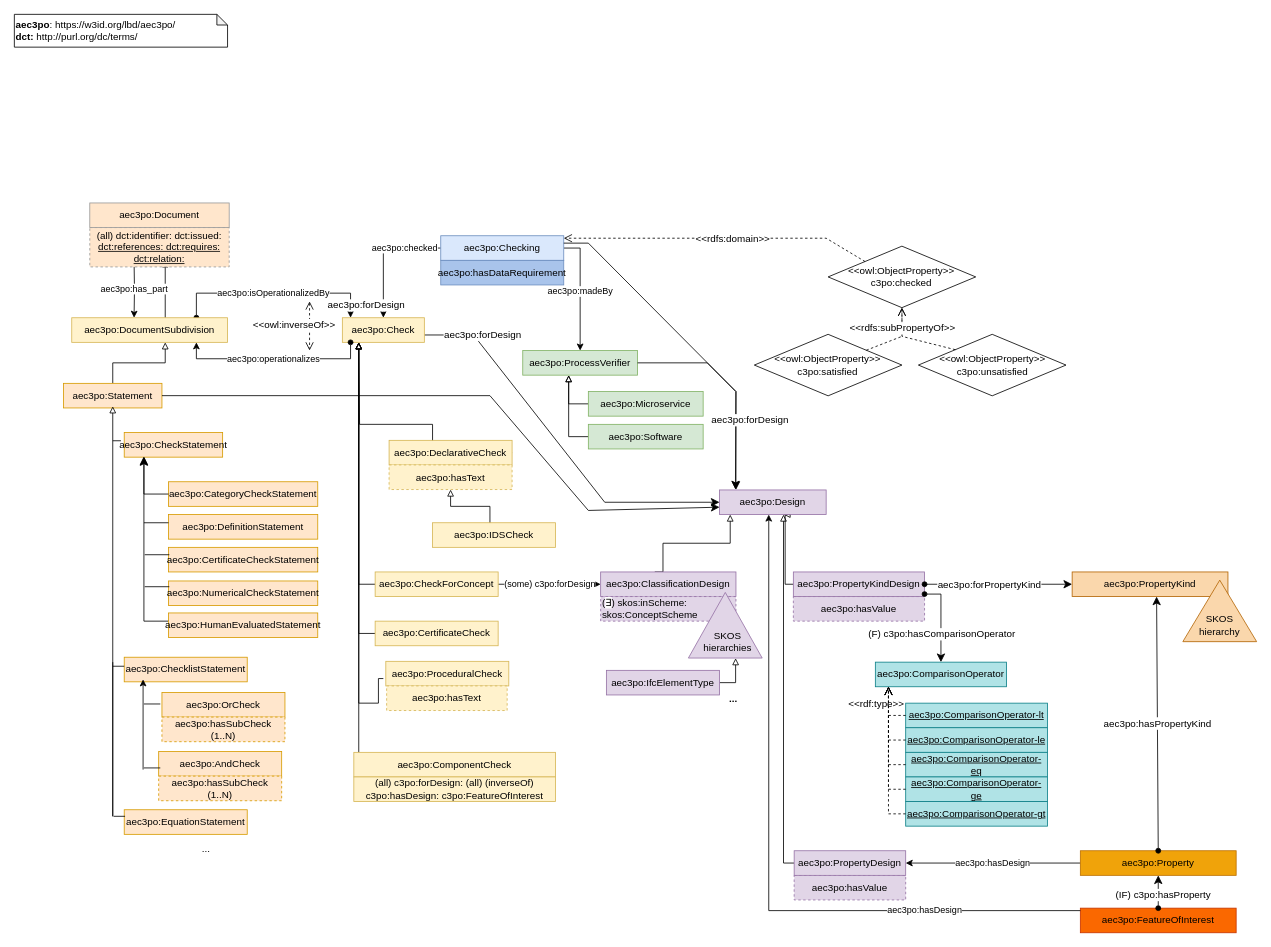
Accord-Project/aec3po keeps this draw.io diagram as page "aec3po_light" (7 of 9) of aec3po.drawio. Above is the earlier version. Source tidied: cells renumbered, new cells numbered last; positions are measured from the earlier drawing's top-left corner, leaving out a move shared by most shapes. Both pictures are drawn from the tidied source at 82%, with x=0, y=0 at pixel (14, 14).
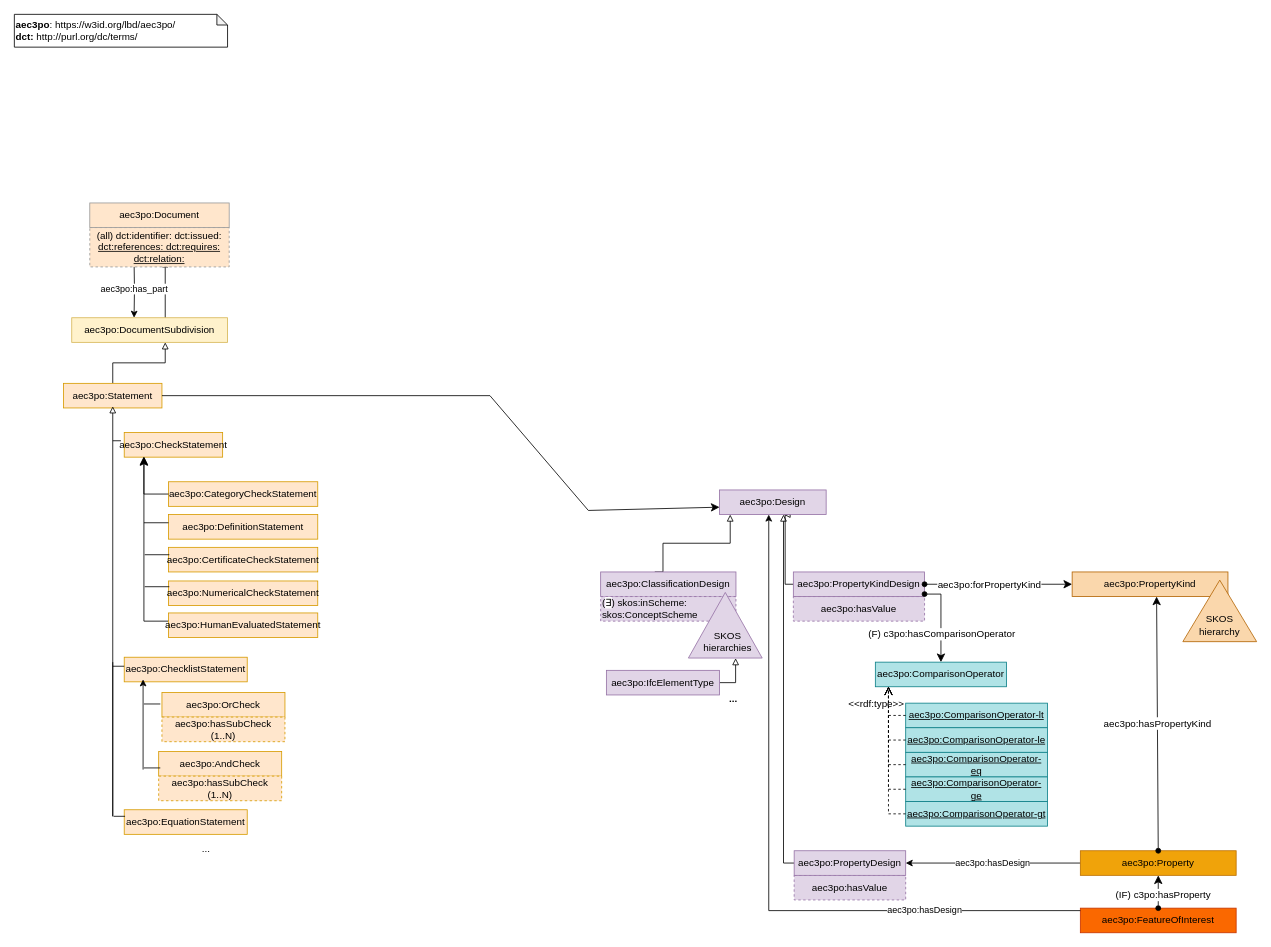
The same diagram, later.

Unchanged cells that the change refers to:
```xml
<mxCell id="28" value="aec3po:ClassificationDesign" style="rounded=0;whiteSpace=wrap;html=1;snapToPoint=1;points=[[0.1,0],[0.2,0],[0.3,0],[0.4,0],[0.5,0],[0.6,0],[0.7,0],[0.8,0],[0.9,0],[0,0.1],[0,0.3],[0,0.5],[0,0.7],[0,0.9],[0.1,1],[0.2,1],[0.3,1],[0.4,1],[0.5,1],[0.6,1],[0.7,1],[0.8,1],[0.9,1],[1,0.1],[1,0.3],[1,0.5],[1,0.7],[1,0.9]];fillColor=#e1d5e7;strokeColor=#9673a6;" parent="1" vertex="1">
  <mxGeometry x="715" y="680" width="165" height="30" as="geometry" />
</mxCell>
<mxCell id="69" value="aec3po:Design" style="rounded=0;whiteSpace=wrap;html=1;snapToPoint=1;points=[[0.1,0],[0.2,0],[0.3,0],[0.4,0],[0.5,0],[0.6,0],[0.7,0],[0.8,0],[0.9,0],[0,0.1],[0,0.3],[0,0.5],[0,0.7],[0,0.9],[0.1,1],[0.2,1],[0.3,1],[0.4,1],[0.5,1],[0.6,1],[0.7,1],[0.8,1],[0.9,1],[1,0.1],[1,0.3],[1,0.5],[1,0.7],[1,0.9]];fillColor=#e1d5e7;strokeColor=#9673a6;" parent="1" vertex="1">
  <mxGeometry x="860" y="580" width="130" height="30" as="geometry" />
</mxCell>
<mxCell id="92" value="aec3po:DocumentSubdivision" style="rounded=0;whiteSpace=wrap;html=1;snapToPoint=1;points=[[0.1,0],[0.2,0],[0.3,0],[0.4,0],[0.5,0],[0.6,0],[0.7,0],[0.8,0],[0.9,0],[0,0.1],[0,0.3],[0,0.5],[0,0.7],[0,0.9],[0.1,1],[0.2,1],[0.3,1],[0.4,1],[0.5,1],[0.6,1],[0.7,1],[0.8,1],[0.9,1],[1,0.1],[1,0.3],[1,0.5],[1,0.7],[1,0.9]];fillColor=#fff2cc;strokeColor=#d6b656;" parent="1" vertex="1">
  <mxGeometry x="70" y="370" width="190" height="30" as="geometry" />
</mxCell>
<mxCell id="95" style="endArrow=classic;html=1;endSize=8;arcSize=0;rounded=0;startArrow=none;startFill=0;entryX=0;entryY=0.7;entryDx=0;entryDy=0;exitX=1;exitY=0.5;exitDx=0;exitDy=0;" parent="1" edge="1" source="13" target="69">
  <mxGeometry relative="1" as="geometry">
    <Array as="points">
      <mxPoint x="580" y="465" />
      <mxPoint x="700" y="605" />
    </Array>
  </mxGeometry>
</mxCell>
```

The edit, as a diff of the source:
```diff
@@
-    <mxCell id="20" style="endArrow=classic;html=1;endSize=8;arcSize=0;rounded=0;startArrow=none;startFill=0;entryX=0;entryY=0.5;entryDx=0;entryDy=0;exitX=1;exitY=0.7;exitDx=0;exitDy=0;" parent="1" edge="1" source="23" target="69">
-      <mxGeometry relative="1" as="geometry">
-        <Array as="points">
-          <mxPoint x="560" y="391" />
-          <mxPoint x="720" y="595" />
-        </Array>
-      </mxGeometry>
-    </mxCell>
-    <mxCell id="21" value="&lt;div&gt;aec3po:forDesign&lt;br&gt;&lt;/div&gt;" style="text;html=1;align=center;verticalAlign=middle;labelBackgroundColor=#ffffff;" parent="20" vertex="1">
-      <mxGeometry x="-0.13" relative="1" as="geometry">
-        <mxPoint x="-76" y="-111" as="offset" />
-      </mxGeometry>
-    </mxCell>
-    <mxCell id="22" value="aec3po:ProcessVerifier" style="rounded=0;whiteSpace=wrap;html=1;snapToPoint=1;points=[[0.1,0],[0.2,0],[0.3,0],[0.4,0],[0.5,0],[0.6,0],[0.7,0],[0.8,0],[0.9,0],[0,0.1],[0,0.3],[0,0.5],[0,0.7],[0,0.9],[0.1,1],[0.2,1],[0.3,1],[0.4,1],[0.5,1],[0.6,1],[0.7,1],[0.8,1],[0.9,1],[1,0.1],[1,0.3],[1,0.5],[1,0.7],[1,0.9]];fillColor=#d5e8d4;strokeColor=#82b366;" parent="1" vertex="1">
-      <mxGeometry x="620" y="410" width="140" height="30" as="geometry" />
-    </mxCell>
-    <mxCell id="23" value="aec3po:Check" style="rounded=0;whiteSpace=wrap;html=1;snapToPoint=1;points=[[0.1,0],[0.2,0],[0.3,0],[0.4,0],[0.5,0],[0.6,0],[0.7,0],[0.8,0],[0.9,0],[0,0.1],[0,0.3],[0,0.5],[0,0.7],[0,0.9],[0.1,1],[0.2,1],[0.3,1],[0.4,1],[0.5,1],[0.6,1],[0.7,1],[0.8,1],[0.9,1],[1,0.1],[1,0.3],[1,0.5],[1,0.7],[1,0.9]];fillColor=#fff2cc;strokeColor=#d6b656;" parent="1" vertex="1">
-      <mxGeometry x="400" y="370" width="100" height="30" as="geometry" />
-    </mxCell>
-    <mxCell id="24" value="aec3po:madeBy" style="edgeStyle=orthogonalEdgeStyle;rounded=0;jettySize=auto;html=1;entryX=0.5;entryY=0;entryDx=0;entryDy=0;startArrow=none;startFill=0;endArrow=classic;endFill=1;exitX=1;exitY=0.5;exitDx=0;exitDy=0;" parent="1" edge="1" source="26" target="22">
-      <mxGeometry relative="1" as="geometry">
-        <Array as="points">
-          <mxPoint x="690" y="285" />
-        </Array>
-      </mxGeometry>
-    </mxCell>
-    <mxCell id="25" value="aec3po:checked" style="edgeStyle=orthogonalEdgeStyle;rounded=0;jettySize=auto;html=1;startArrow=none;startFill=0;endArrow=classic;endFill=1;" parent="1" edge="1" source="26" target="23">
-      <mxGeometry x="-0.43" relative="1" as="geometry" />
-    </mxCell>
-    <mxCell id="26" value="aec3po:Checking" style="rounded=0;whiteSpace=wrap;html=1;snapToPoint=1;points=[[0.1,0],[0.2,0],[0.3,0],[0.4,0],[0.5,0],[0.6,0],[0.7,0],[0.8,0],[0.9,0],[0,0.1],[0,0.3],[0,0.5],[0,0.7],[0,0.9],[0.1,1],[0.2,1],[0.3,1],[0.4,1],[0.5,1],[0.6,1],[0.7,1],[0.8,1],[0.9,1],[1,0.1],[1,0.3],[1,0.5],[1,0.7],[1,0.9]];fillColor=#dae8fc;strokeColor=#6c8ebf;" parent="1" vertex="1">
-      <mxGeometry x="520" y="270" width="150" height="30" as="geometry" />
-    </mxCell>
@@
-    <mxCell id="40" value="aec3po:isOperationalizedBy" style="edgeStyle=orthogonalEdgeStyle;rounded=0;jettySize=auto;html=1;exitX=0.8;exitY=0;exitDx=0;exitDy=0;entryX=0.1;entryY=0;entryDx=0;entryDy=0;startArrow=oval;startFill=1;endArrow=classic;endFill=1;" parent="1" edge="1" source="92" target="23">
-      <mxGeometry relative="1" as="geometry">
-        <Array as="points">
-          <mxPoint x="222" y="340" />
-          <mxPoint x="410" y="340" />
-        </Array>
-      </mxGeometry>
-    </mxCell>
-    <mxCell id="41" value="aec3po:operationalizes" style="edgeStyle=orthogonalEdgeStyle;rounded=0;jettySize=auto;html=1;startArrow=oval;startFill=1;endArrow=classic;endFill=1;exitX=0.1;exitY=1;exitDx=0;exitDy=0;entryX=0.8;entryY=1;entryDx=0;entryDy=0;" parent="1" edge="1" source="23" target="92">
-      <mxGeometry relative="1" as="geometry">
-        <Array as="points">
-          <mxPoint x="410" y="420" />
-          <mxPoint x="222" y="420" />
-        </Array>
-      </mxGeometry>
-    </mxCell>
-    <mxCell id="42" style="endArrow=open;html=1;fontColor=#000099;endFill=0;dashed=1;endSize=8;startArrow=open;startFill=0;startSize=8;arcSize=0;rounded=0;" parent="1" edge="1">
-      <mxGeometry relative="1" as="geometry">
-        <mxPoint x="360" y="350" as="sourcePoint" />
-        <mxPoint x="360" y="410" as="targetPoint" />
-      </mxGeometry>
-    </mxCell>
-    <mxCell id="43" value="&amp;lt;&amp;lt;owl:inverseOf&amp;gt;&amp;gt;" style="text;html=1;align=center;verticalAlign=middle;fontColor=#000000;labelBackgroundColor=#ffffff;" parent="42" vertex="1">
-      <mxGeometry x="-0.33" relative="1" as="geometry">
-        <mxPoint x="-20" y="8" as="offset" />
-      </mxGeometry>
-    </mxCell>
@@
-    <mxCell id="46" value="(some) c3po:forDesign" style="edgeStyle=orthogonalEdgeStyle;rounded=0;jettySize=auto;html=1;exitX=1;exitY=0.5;exitDx=0;exitDy=0;entryX=0;entryY=0.5;entryDx=0;entryDy=0;startArrow=none;startFill=0;endArrow=classic;endFill=1;" parent="1" edge="1" source="48" target="28">
-      <mxGeometry relative="1" as="geometry" />
-    </mxCell>
-    <mxCell id="47" style="edgeStyle=orthogonalEdgeStyle;rounded=0;jettySize=auto;html=1;exitX=0;exitY=0.5;exitDx=0;exitDy=0;startArrow=none;startFill=0;endArrow=block;endFill=0;" parent="1" edge="1" source="48">
-      <mxGeometry relative="1" as="geometry">
-        <mxPoint x="420" y="400" as="targetPoint" />
-      </mxGeometry>
-    </mxCell>
-    <mxCell id="48" value="aec3po:CheckForConcept" style="rounded=0;whiteSpace=wrap;html=1;snapToPoint=1;points=[[0.1,0],[0.2,0],[0.3,0],[0.4,0],[0.5,0],[0.6,0],[0.7,0],[0.8,0],[0.9,0],[0,0.1],[0,0.3],[0,0.5],[0,0.7],[0,0.9],[0.1,1],[0.2,1],[0.3,1],[0.4,1],[0.5,1],[0.6,1],[0.7,1],[0.8,1],[0.9,1],[1,0.1],[1,0.3],[1,0.5],[1,0.7],[1,0.9]];fillColor=#fff2cc;strokeColor=#d6b656;" parent="1" vertex="1">
-      <mxGeometry x="440" y="680" width="150" height="30" as="geometry" />
-    </mxCell>
-    <mxCell id="49" style="edgeStyle=orthogonalEdgeStyle;rounded=0;jettySize=auto;html=1;exitX=0;exitY=0.5;exitDx=0;exitDy=0;startArrow=none;startFill=0;endArrow=block;endFill=0;" parent="1" edge="1" source="50">
-      <mxGeometry relative="1" as="geometry">
-        <mxPoint x="420" y="400" as="targetPoint" />
-      </mxGeometry>
-    </mxCell>
-    <mxCell id="50" value="aec3po:CertificateCheck" style="rounded=0;whiteSpace=wrap;html=1;snapToPoint=1;points=[[0.1,0],[0.2,0],[0.3,0],[0.4,0],[0.5,0],[0.6,0],[0.7,0],[0.8,0],[0.9,0],[0,0.1],[0,0.3],[0,0.5],[0,0.7],[0,0.9],[0.1,1],[0.2,1],[0.3,1],[0.4,1],[0.5,1],[0.6,1],[0.7,1],[0.8,1],[0.9,1],[1,0.1],[1,0.3],[1,0.5],[1,0.7],[1,0.9]];fillColor=#fff2cc;strokeColor=#d6b656;" parent="1" vertex="1">
-      <mxGeometry x="440" y="740" width="150" height="30" as="geometry" />
-    </mxCell>
-    <mxCell id="51" style="edgeStyle=orthogonalEdgeStyle;rounded=0;orthogonalLoop=1;jettySize=auto;html=1;startArrow=none;startFill=0;endArrow=block;endFill=0;" parent="1" edge="1">
-      <mxGeometry relative="1" as="geometry">
-        <mxPoint x="420" y="900" as="sourcePoint" />
-        <mxPoint x="420" y="400" as="targetPoint" />
-        <Array as="points">
-          <mxPoint x="420" y="900" />
-        </Array>
-      </mxGeometry>
-    </mxCell>
-    <mxCell id="52" value="aec3po:ComponentCheck" style="rounded=0;whiteSpace=wrap;html=1;fillColor=#fff2cc;strokeColor=#d6b656;" parent="1" vertex="1">
-      <mxGeometry x="414" y="900" width="246" height="30" as="geometry" />
-    </mxCell>
-    <mxCell id="53" style="edgeStyle=orthogonalEdgeStyle;rounded=0;jettySize=auto;html=1;exitX=1;exitY=0.5;exitDx=0;exitDy=0;startArrow=none;startFill=0;endArrow=block;endFill=0;" parent="1" edge="1" source="54">
-      <mxGeometry relative="1" as="geometry">
-        <mxPoint x="420" y="400" as="targetPoint" />
-        <Array as="points">
-          <mxPoint x="510" y="535" />
-          <mxPoint x="510" y="500" />
-          <mxPoint x="421" y="500" />
-        </Array>
-      </mxGeometry>
-    </mxCell>
-    <mxCell id="54" value="aec3po:DeclarativeCheck" style="rounded=0;whiteSpace=wrap;html=1;snapToPoint=1;points=[[0.1,0],[0.2,0],[0.3,0],[0.4,0],[0.5,0],[0.6,0],[0.7,0],[0.8,0],[0.9,0],[0,0.1],[0,0.3],[0,0.5],[0,0.7],[0,0.9],[0.1,1],[0.2,1],[0.3,1],[0.4,1],[0.5,1],[0.6,1],[0.7,1],[0.8,1],[0.9,1],[1,0.1],[1,0.3],[1,0.5],[1,0.7],[1,0.9]];fillColor=#fff2cc;strokeColor=#d6b656;" parent="1" vertex="1">
-      <mxGeometry x="457" y="519.5" width="150" height="30" as="geometry" />
-    </mxCell>
-    <mxCell id="55" style="edgeStyle=orthogonalEdgeStyle;rounded=0;jettySize=auto;html=1;exitX=0.837;exitY=0.046;exitDx=0;exitDy=0;entryX=0.5;entryY=1;entryDx=0;entryDy=0;startArrow=none;startFill=0;endArrow=block;endFill=0;exitPerimeter=0;" parent="1" edge="1" source="56" target="59">
-      <mxGeometry relative="1" as="geometry">
-        <Array as="points">
-          <mxPoint x="580" y="621" />
-          <mxPoint x="580" y="600" />
-          <mxPoint x="532" y="600" />
-        </Array>
-      </mxGeometry>
-    </mxCell>
-    <mxCell id="56" value="aec3po:IDSCheck" style="rounded=0;whiteSpace=wrap;html=1;snapToPoint=1;points=[[0.1,0],[0.2,0],[0.3,0],[0.4,0],[0.5,0],[0.6,0],[0.7,0],[0.8,0],[0.9,0],[0,0.1],[0,0.3],[0,0.5],[0,0.7],[0,0.9],[0.1,1],[0.2,1],[0.3,1],[0.4,1],[0.5,1],[0.6,1],[0.7,1],[0.8,1],[0.9,1],[1,0.1],[1,0.3],[1,0.5],[1,0.7],[1,0.9]];fillColor=#fff2cc;strokeColor=#d6b656;" parent="1" vertex="1">
-      <mxGeometry x="510" y="620" width="150" height="30" as="geometry" />
-    </mxCell>
-    <mxCell id="57" value="aec3po:ProceduralCheck" style="rounded=0;whiteSpace=wrap;html=1;fillColor=#fff2cc;strokeColor=#d6b656;" parent="1" vertex="1">
-      <mxGeometry x="453" y="789" width="150" height="30" as="geometry" />
-    </mxCell>
-    <mxCell id="58" value="aec3po:hasText" style="rounded=0;whiteSpace=wrap;html=1;dashed=1;fillColor=#fff2cc;strokeColor=#d6b656;" parent="1" vertex="1">
-      <mxGeometry x="454" y="819" width="147" height="30" as="geometry" />
-    </mxCell>
-    <mxCell id="59" value="aec3po:hasText" style="rounded=0;whiteSpace=wrap;html=1;snapToPoint=1;points=[[0.1,0],[0.2,0],[0.3,0],[0.4,0],[0.5,0],[0.6,0],[0.7,0],[0.8,0],[0.9,0],[0,0.1],[0,0.3],[0,0.5],[0,0.7],[0,0.9],[0.1,1],[0.2,1],[0.3,1],[0.4,1],[0.5,1],[0.6,1],[0.7,1],[0.8,1],[0.9,1],[1,0.1],[1,0.3],[1,0.5],[1,0.7],[1,0.9]];dashed=1;fillColor=#fff2cc;strokeColor=#d6b656;" parent="1" vertex="1">
-      <mxGeometry x="457" y="549.5" width="150" height="30" as="geometry" />
-    </mxCell>
-    <mxCell id="60" style="edgeStyle=orthogonalEdgeStyle;rounded=0;jettySize=auto;html=1;entryX=0.2;entryY=1;entryDx=0;entryDy=0;startArrow=none;startFill=0;endArrow=block;endFill=0;" parent="1" edge="1" target="23">
-      <mxGeometry relative="1" as="geometry">
-        <mxPoint x="450" y="810" as="sourcePoint" />
-        <Array as="points">
-          <mxPoint x="444" y="840" />
-          <mxPoint x="420" y="840" />
-        </Array>
-      </mxGeometry>
-    </mxCell>
-    <mxCell id="61" style="edgeStyle=orthogonalEdgeStyle;rounded=0;jettySize=auto;html=1;exitX=0;exitY=0.5;exitDx=0;exitDy=0;entryX=0.4;entryY=1;entryDx=0;entryDy=0;startArrow=none;startFill=0;endArrow=block;endFill=0;" parent="1" edge="1" source="62" target="22">
-      <mxGeometry relative="1" as="geometry" />
-    </mxCell>
-    <mxCell id="62" value="aec3po:Microservice" style="rounded=0;whiteSpace=wrap;html=1;snapToPoint=1;points=[[0.1,0],[0.2,0],[0.3,0],[0.4,0],[0.5,0],[0.6,0],[0.7,0],[0.8,0],[0.9,0],[0,0.1],[0,0.3],[0,0.5],[0,0.7],[0,0.9],[0.1,1],[0.2,1],[0.3,1],[0.4,1],[0.5,1],[0.6,1],[0.7,1],[0.8,1],[0.9,1],[1,0.1],[1,0.3],[1,0.5],[1,0.7],[1,0.9]];fillColor=#d5e8d4;strokeColor=#82b366;" parent="1" vertex="1">
-      <mxGeometry x="700" y="460" width="140" height="30" as="geometry" />
-    </mxCell>
-    <mxCell id="63" style="edgeStyle=orthogonalEdgeStyle;rounded=0;jettySize=auto;html=1;exitX=0;exitY=0.5;exitDx=0;exitDy=0;entryX=0.4;entryY=1;entryDx=0;entryDy=0;startArrow=none;startFill=0;endArrow=block;endFill=0;" parent="1" edge="1" source="64" target="22">
-      <mxGeometry relative="1" as="geometry" />
-    </mxCell>
-    <mxCell id="64" value="aec3po:Software" style="rounded=0;whiteSpace=wrap;html=1;snapToPoint=1;points=[[0.1,0],[0.2,0],[0.3,0],[0.4,0],[0.5,0],[0.6,0],[0.7,0],[0.8,0],[0.9,0],[0,0.1],[0,0.3],[0,0.5],[0,0.7],[0,0.9],[0.1,1],[0.2,1],[0.3,1],[0.4,1],[0.5,1],[0.6,1],[0.7,1],[0.8,1],[0.9,1],[1,0.1],[1,0.3],[1,0.5],[1,0.7],[1,0.9]];fillColor=#d5e8d4;strokeColor=#82b366;" parent="1" vertex="1">
-      <mxGeometry x="700" y="500" width="140" height="30" as="geometry" />
-    </mxCell>
@@
-    <mxCell id="70" value="&lt;div&gt;&amp;lt;&amp;lt;owl:ObjectProperty&amp;gt;&amp;gt; c3po:checked&lt;br&gt;&lt;/div&gt;" style="rhombus;whiteSpace=wrap;html=1;" parent="1" vertex="1">
-      <mxGeometry x="992.4" y="282.7" width="180" height="75" as="geometry" />
-    </mxCell>
-    <mxCell id="71" value="&lt;div&gt;&amp;lt;&amp;lt;owl:ObjectProperty&amp;gt;&amp;gt; c3po:satisfied&lt;br&gt;&lt;/div&gt;" style="rhombus;whiteSpace=wrap;html=1;" parent="1" vertex="1">
-      <mxGeometry x="902.4" y="390.2" width="180" height="75" as="geometry" />
-    </mxCell>
-    <mxCell id="72" style="endArrow=open;html=1;fontColor=#000099;endFill=0;dashed=1;entryX=0.5;entryY=1;entryDx=0;entryDy=0;endSize=8;rounded=0;" parent="1" edge="1" source="71" target="70">
-      <mxGeometry relative="1" as="geometry">
-        <Array as="points">
-          <mxPoint x="1082.5" y="392.7" />
-        </Array>
-      </mxGeometry>
-    </mxCell>
-    <mxCell id="73" style="endArrow=open;html=1;fontColor=#000099;endFill=0;dashed=1;entryX=1;entryY=0.1;entryDx=0;entryDy=0;endSize=8;rounded=0;exitX=0;exitY=0;exitDx=0;exitDy=0;" parent="1" edge="1" source="70" target="26">
-      <mxGeometry relative="1" as="geometry">
-        <Array as="points">
-          <mxPoint x="990" y="273" />
-        </Array>
-      </mxGeometry>
-    </mxCell>
-    <mxCell id="74" value="&amp;lt;&amp;lt;rdfs:domain&amp;gt;&amp;gt;" style="text;html=1;align=center;verticalAlign=middle;fontColor=#000000;labelBackgroundColor=#ffffff;" parent="73" vertex="1">
-      <mxGeometry x="-0.33" relative="1" as="geometry">
-        <mxPoint x="-44" as="offset" />
-      </mxGeometry>
-    </mxCell>
-    <mxCell id="75" value="&lt;div&gt;&amp;lt;&amp;lt;owl:ObjectProperty&amp;gt;&amp;gt; c3po:unsatisfied&lt;br&gt;&lt;/div&gt;" style="rhombus;whiteSpace=wrap;html=1;" parent="1" vertex="1">
-      <mxGeometry x="1102.5" y="390.2" width="180" height="75" as="geometry" />
-    </mxCell>
-    <mxCell id="76" style="endArrow=open;html=1;fontColor=#000099;endFill=0;dashed=1;endSize=8;rounded=0;exitX=0;exitY=0;exitDx=0;exitDy=0;entryX=0.5;entryY=1;entryDx=0;entryDy=0;" parent="1" edge="1" source="75" target="70">
-      <mxGeometry relative="1" as="geometry">
-        <Array as="points">
-          <mxPoint x="1082.5" y="392.7" />
-        </Array>
-      </mxGeometry>
-    </mxCell>
-    <mxCell id="77" value="&amp;lt;&amp;lt;rdfs:subPropertyOf&amp;gt;&amp;gt;" style="text;html=1;align=center;verticalAlign=middle;fontColor=#000000;labelBackgroundColor=#ffffff;" parent="76" vertex="1">
-      <mxGeometry x="-0.33" relative="1" as="geometry">
-        <mxPoint x="-32" y="-18" as="offset" />
-      </mxGeometry>
-    </mxCell>
-    <mxCell id="78" style="endArrow=classic;html=1;endSize=8;arcSize=0;rounded=0;startArrow=none;startFill=0;exitX=1;exitY=0.3;exitDx=0;exitDy=0;" parent="1" edge="1" source="26">
-      <mxGeometry relative="1" as="geometry">
-        <mxPoint x="880" y="580" as="targetPoint" />
-        <Array as="points">
-          <mxPoint x="700" y="279" />
-          <mxPoint x="880" y="460" />
-        </Array>
-      </mxGeometry>
-    </mxCell>
-    <mxCell id="79" style="endArrow=classic;html=1;endSize=8;arcSize=0;rounded=0;startArrow=none;startFill=0;exitX=1;exitY=0.5;exitDx=0;exitDy=0;entryX=0.149;entryY=-0.023;entryDx=0;entryDy=0;entryPerimeter=0;" parent="1" edge="1" source="22" target="69">
-      <mxGeometry relative="1" as="geometry">
-        <Array as="points">
-          <mxPoint x="845" y="425" />
-          <mxPoint x="880" y="460" />
-        </Array>
-      </mxGeometry>
-    </mxCell>
-    <mxCell id="80" value="&lt;div&gt;aec3po:forDesign&lt;br&gt;&lt;/div&gt;" style="text;html=1;align=center;verticalAlign=middle;labelBackgroundColor=#ffffff;" parent="79" vertex="1">
-      <mxGeometry x="-0.13" relative="1" as="geometry">
-        <mxPoint x="34" y="52" as="offset" />
-      </mxGeometry>
-    </mxCell>
-    <mxCell id="81" value="aec3po:hasDataRequirement" style="rounded=0;whiteSpace=wrap;html=1;fillColor=#A9C4EB;strokeColor=#6c8ebf;" parent="1" vertex="1">
-      <mxGeometry x="520" y="300" width="150" height="30" as="geometry" />
-    </mxCell>
@@
-    <mxCell id="83" value="(all) c3po:forDesign: (all) (inverseOf) c3po:hasDesign: c3po:FeatureOfInterest" style="rounded=0;whiteSpace=wrap;html=1;fillColor=#fff2cc;strokeColor=#d6b656;" parent="1" vertex="1">
-      <mxGeometry x="414" y="930" width="246" height="30" as="geometry" />
-    </mxCell>
@@
-    <mxCell id="96" value="&lt;div&gt;aec3po:forDesign&lt;br&gt;&lt;/div&gt;" style="text;html=1;align=center;verticalAlign=middle;labelBackgroundColor=#ffffff;" parent="95" vertex="1">
-      <mxGeometry x="-0.13" relative="1" as="geometry">
-        <mxPoint x="-76" y="-111" as="offset" />
-      </mxGeometry>
-    </mxCell>
```
